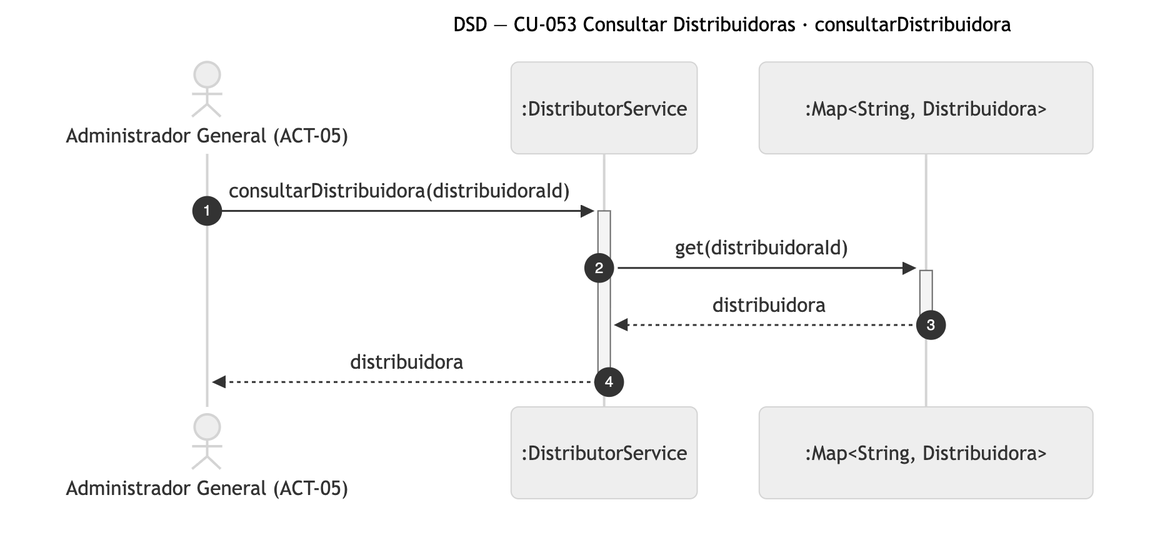
Nahuelito-Dev/splg-docs keeps this Mermaid diagram as diagramas/png/DSD_CU-053_consultarDistribuidora.png. Above is the earlier version. Its source is kept beside it as diagramas/DSD_CU-053_consultarDistribuidora.mmd. Source of this version:
```mermaid
sequenceDiagram
    title DSD — CU-053 Consultar Distribuidoras · consultarDistribuidora
    autonumber
    actor AGE as Administrador General (ACT-05)
    participant SRV as :DistributorService
    participant COL as :Map#lt;String, Distribuidora#gt;

    AGE->>+SRV: consultarDistribuidora(distribuidoraId)
    SRV->>+COL: get(distribuidoraId)
    COL-->>-SRV: distribuidora
    SRV-->>-AGE: distribuidora
```
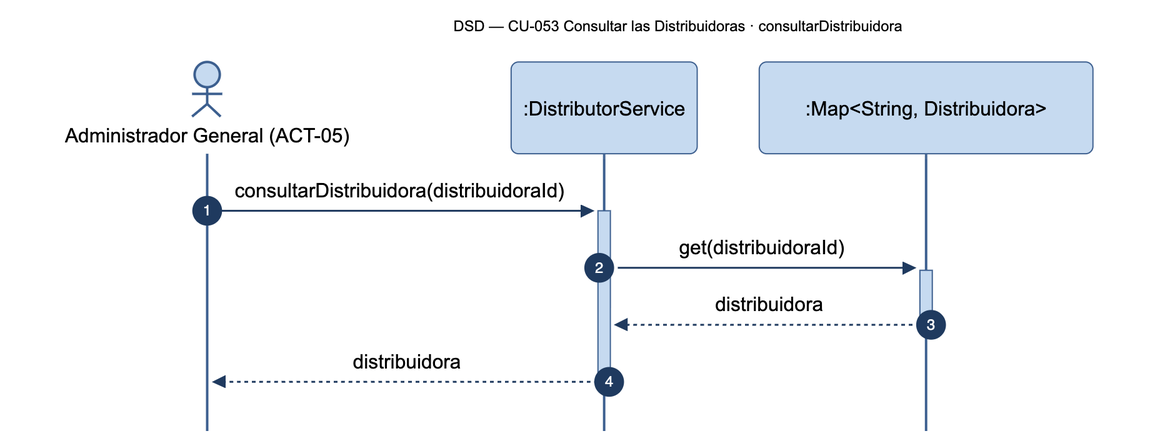
Later version of the same file.

Change to the diagram source:
```diff
@@ -1,5 +1,5 @@
 sequenceDiagram
-    title DSD — CU-053 Consultar Distribuidoras · consultarDistribuidora
+    title DSD — CU-053 Consultar las Distribuidoras · consultarDistribuidora
     autonumber
     actor AGE as Administrador General (ACT-05)
     participant SRV as :DistributorService
```
